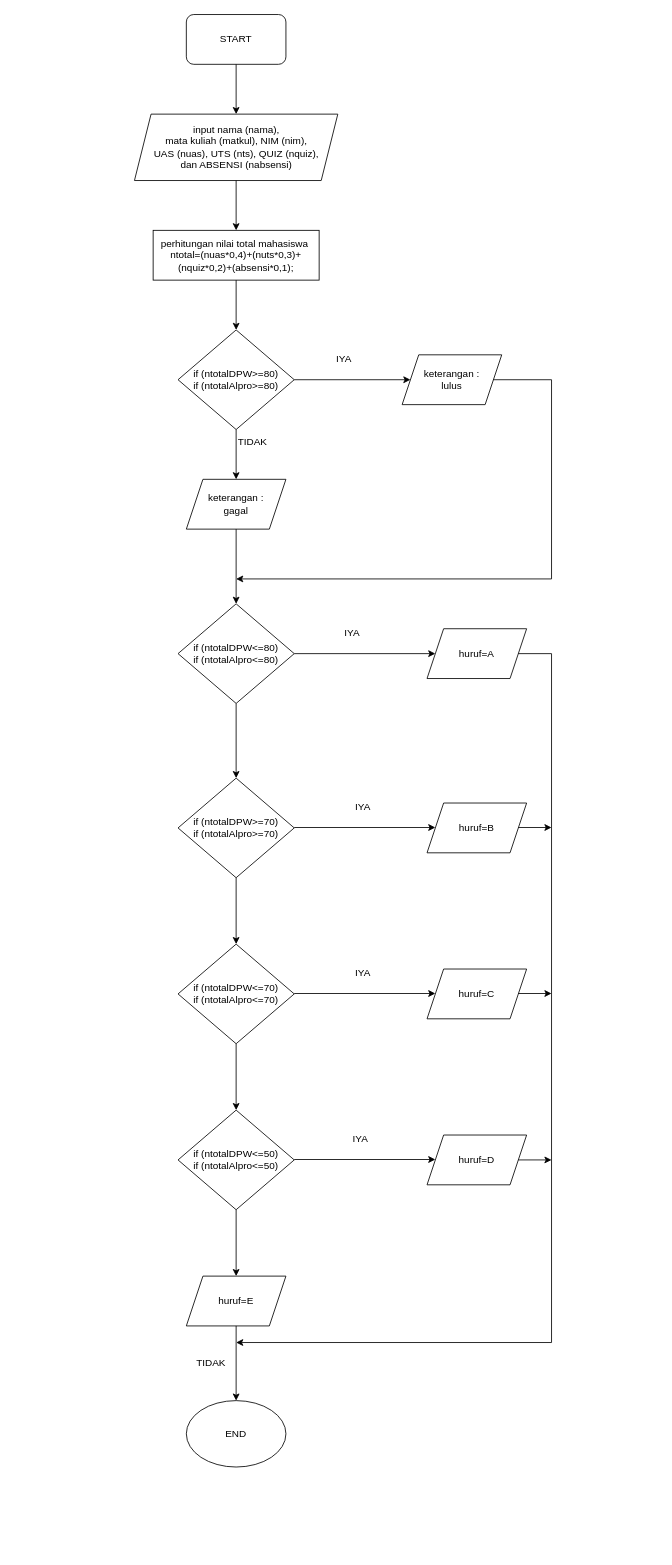
Before: flowchart.drawio in BE2567416anissa/anissa-menentukkan_grade_app, a draw.io diagram. Source tidied: cells renumbered, new cells numbered last; positions are measured from the earlier drawing's top-left corner, leaving out a move shared by most shapes. Both pictures are drawn from the tidied source at 83%, with x=0, y=0 at pixel (134, 14).
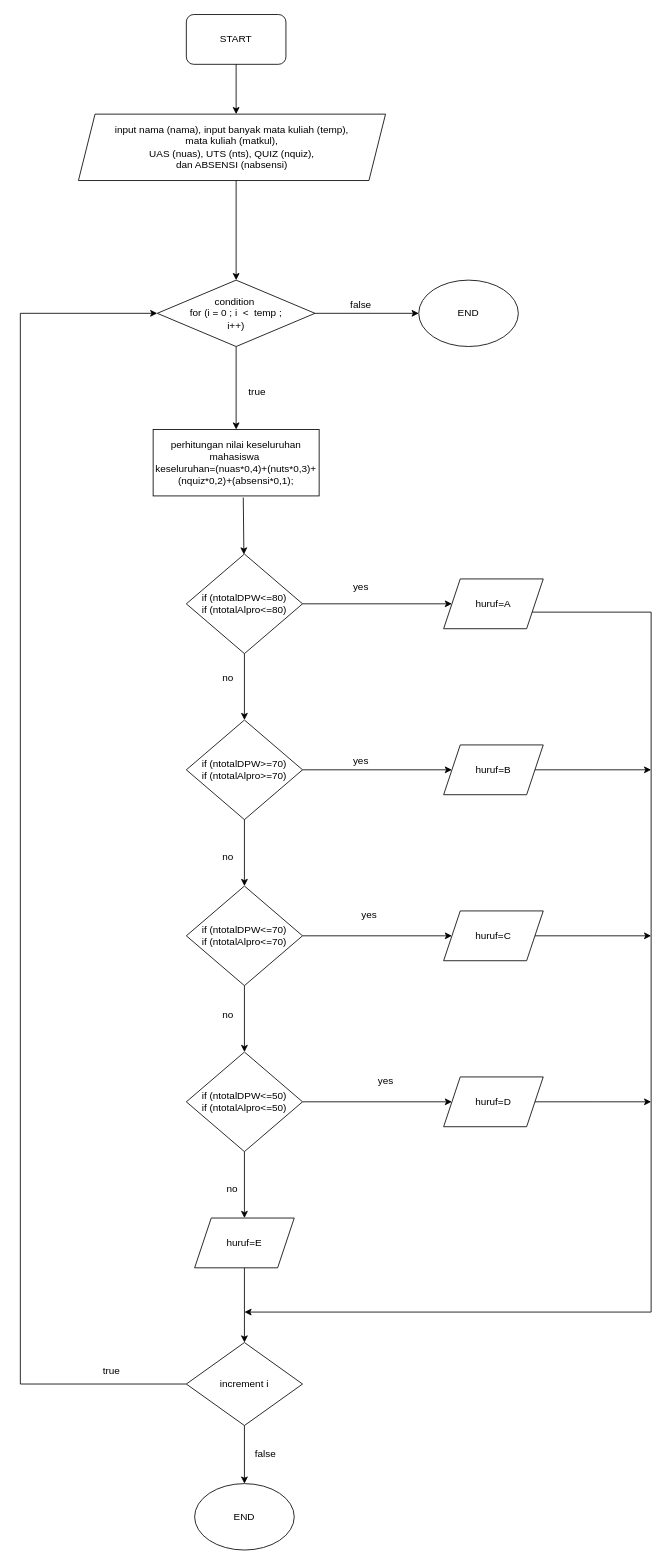
The same page after the edit.

Commit message (it also covers changes not shown here):
update condition in flowchart and pseudocode, and in the pseudocode added a loop that didn't exist before

Diff of the diagram source:
```diff
@@
-    <mxCell id="2" value="START" style="rounded=1;whiteSpace=wrap;html=1;" parent="1" vertex="1">
-      <mxGeometry x="62" width="120" height="60" as="geometry" />
-    </mxCell>
-    <mxCell id="3" style="endArrow=classic;html=1;rounded=0;exitX=0.5;exitY=1;exitDx=0;exitDy=0;" parent="1" edge="1" source="2">
-      <mxGeometry relative="1" as="geometry">
-        <mxPoint x="122" y="120" as="targetPoint" />
-      </mxGeometry>
-    </mxCell>
-    <mxCell id="4" value="input nama (nama), &lt;br&gt;mata kuliah (matkul), NIM (nim), &lt;br&gt;UAS (nuas), UTS (nts), QUIZ (nquiz),&lt;br&gt;&amp;nbsp;dan ABSENSI (nabsensi)&amp;nbsp;" style="shape=parallelogram;perimeter=parallelogramPerimeter;whiteSpace=wrap;html=1;fixedSize=1;" parent="1" vertex="1">
-      <mxGeometry x="-0.5" y="120" width="245" height="80" as="geometry" />
-    </mxCell>
-    <mxCell id="5" value="perhitungan nilai total mahasiswa&amp;nbsp;&lt;br&gt;ntotal=(nuas*0,4)+(nuts*0,3)+&lt;br&gt;(nquiz*0,2)+(absensi*0,1);" style="rounded=0;whiteSpace=wrap;html=1;" parent="1" vertex="1">
-      <mxGeometry x="22" y="260" width="200" height="60" as="geometry" />
-    </mxCell>
-    <mxCell id="6" style="endArrow=classic;html=1;rounded=0;exitX=0.5;exitY=1;exitDx=0;exitDy=0;" parent="1" edge="1" source="4">
-      <mxGeometry relative="1" as="geometry">
-        <mxPoint x="122" y="260" as="targetPoint" />
-      </mxGeometry>
-    </mxCell>
-    <mxCell id="7" style="endArrow=classic;html=1;rounded=0;exitX=0.5;exitY=1;exitDx=0;exitDy=0;" parent="1" edge="1" source="5">
-      <mxGeometry relative="1" as="geometry">
-        <mxPoint x="122" y="380" as="targetPoint" />
-      </mxGeometry>
-    </mxCell>
-    <mxCell id="8" value="if (ntotalDPW&amp;gt;=80)&lt;br&gt;if (ntotalAlpro&amp;gt;=80)" style="rhombus;whiteSpace=wrap;html=1;" parent="1" vertex="1">
-      <mxGeometry x="52" y="380" width="140" height="120" as="geometry" />
-    </mxCell>
-    <mxCell id="9" value="IYA" style="text;html=1;strokeColor=none;fillColor=none;align=center;verticalAlign=middle;whiteSpace=wrap;rounded=0;" parent="1" vertex="1">
-      <mxGeometry x="222" y="400" width="60" height="30" as="geometry" />
-    </mxCell>
-    <mxCell id="10" value="keterangan :&lt;br&gt;lulus" style="shape=parallelogram;perimeter=parallelogramPerimeter;whiteSpace=wrap;html=1;fixedSize=1;" parent="1" vertex="1">
-      <mxGeometry x="322" y="410" width="120" height="60" as="geometry" />
-    </mxCell>
-    <mxCell id="11" style="endArrow=classic;html=1;rounded=0;exitX=1;exitY=0.5;exitDx=0;exitDy=0;" parent="1" edge="1" source="8" target="10">
-      <mxGeometry relative="1" as="geometry" />
-    </mxCell>
-    <mxCell id="12" style="endArrow=classic;html=1;rounded=0;exitX=0.5;exitY=1;exitDx=0;exitDy=0;" parent="1" edge="1" source="8">
-      <mxGeometry relative="1" as="geometry">
-        <mxPoint x="122" y="560" as="targetPoint" />
-      </mxGeometry>
-    </mxCell>
-    <mxCell id="13" value="TIDAK" style="text;html=1;strokeColor=none;fillColor=none;align=center;verticalAlign=middle;whiteSpace=wrap;rounded=0;" parent="1" vertex="1">
-      <mxGeometry x="112" y="500" width="60" height="30" as="geometry" />
-    </mxCell>
-    <mxCell id="14" value="keterangan :&lt;br&gt;gagal" style="shape=parallelogram;perimeter=parallelogramPerimeter;whiteSpace=wrap;html=1;fixedSize=1;" parent="1" vertex="1">
-      <mxGeometry x="62" y="560" width="120" height="60" as="geometry" />
-    </mxCell>
-    <mxCell id="15" style="endArrow=none;html=1;rounded=0;exitX=1;exitY=0.5;exitDx=0;exitDy=0;" parent="1" edge="1" source="10">
-      <mxGeometry relative="1" as="geometry">
-        <mxPoint x="502" y="440" as="targetPoint" />
-      </mxGeometry>
-    </mxCell>
-    <mxCell id="16" style="endArrow=none;html=1;rounded=0;" parent="1" edge="1">
-      <mxGeometry relative="1" as="geometry">
-        <mxPoint x="502" y="680" as="sourcePoint" />
-        <mxPoint x="502" y="440" as="targetPoint" />
-      </mxGeometry>
-    </mxCell>
-    <mxCell id="17" style="endArrow=classic;html=1;rounded=0;" parent="1" edge="1">
-      <mxGeometry relative="1" as="geometry">
-        <mxPoint x="502" y="680" as="sourcePoint" />
-        <mxPoint x="122" y="680" as="targetPoint" />
-      </mxGeometry>
-    </mxCell>
-    <mxCell id="18" style="endArrow=classic;html=1;rounded=0;exitX=0.5;exitY=1;exitDx=0;exitDy=0;" parent="1" edge="1" source="14">
-      <mxGeometry relative="1" as="geometry">
-        <mxPoint x="122" y="710" as="targetPoint" />
-      </mxGeometry>
-    </mxCell>
+    <mxCell id="48" value="START" style="rounded=1;whiteSpace=wrap;html=1;" parent="1" vertex="1">
+      <mxGeometry x="62" width="120" height="60" as="geometry" />
+    </mxCell>
+    <mxCell id="49" style="endArrow=classic;html=1;rounded=0;exitX=0.5;exitY=1;exitDx=0;exitDy=0;" parent="1" edge="1" source="48">
+      <mxGeometry relative="1" as="geometry">
+        <mxPoint x="122" y="120" as="targetPoint" />
+      </mxGeometry>
+    </mxCell>
+    <mxCell id="50" value="input nama (nama), input banyak mata kuliah (temp),&lt;br&gt;mata kuliah (matkul), &lt;br&gt;UAS (nuas), UTS (nts), QUIZ (nquiz),&lt;br&gt;&amp;nbsp;dan ABSENSI (nabsensi)&amp;nbsp;" style="shape=parallelogram;perimeter=parallelogramPerimeter;whiteSpace=wrap;html=1;fixedSize=1;" parent="1" vertex="1">
+      <mxGeometry x="-68" y="120" width="370" height="80" as="geometry" />
+    </mxCell>
+    <mxCell id="51" value="perhitungan nilai keseluruhan mahasiswa&amp;nbsp;&lt;br&gt;keseluruhan=(nuas*0,4)+(nuts*0,3)+&lt;br&gt;(nquiz*0,2)+(absensi*0,1);" style="rounded=0;whiteSpace=wrap;html=1;" parent="1" vertex="1">
+      <mxGeometry x="22" y="500" width="200" height="80" as="geometry" />
+    </mxCell>
+    <mxCell id="52" style="edgeStyle=orthogonalEdgeStyle;rounded=0;jettySize=auto;html=1;entryX=0;entryY=0.5;entryDx=0;entryDy=0;" parent="1" edge="1" source="19" target="27">
+      <mxGeometry relative="1" as="geometry" />
+    </mxCell>
     <mxCell id="19" value="if (ntotalDPW&amp;lt;=80)&lt;br&gt;if (ntotalAlpro&amp;lt;=80)" style="rhombus;whiteSpace=wrap;html=1;" parent="1" vertex="1">
-      <mxGeometry x="52" y="710" width="140" height="120" as="geometry" />
+      <mxGeometry x="62" y="650" width="140" height="120" as="geometry" />
     </mxCell>
-    <mxCell id="20" style="endArrow=classic;html=1;rounded=0;exitX=0.5;exitY=1;exitDx=0;exitDy=0;" parent="1" edge="1" source="19">
-      <mxGeometry relative="1" as="geometry">
-        <mxPoint x="122" y="920" as="targetPoint" />
-      </mxGeometry>
-    </mxCell>
+    <mxCell id="53" style="edgeStyle=orthogonalEdgeStyle;rounded=0;jettySize=auto;html=1;" parent="1" edge="1" source="21" target="31">
+      <mxGeometry relative="1" as="geometry" />
+    </mxCell>
     <mxCell id="21" value="if (ntotalDPW&amp;gt;=70)&lt;br&gt;if (ntotalAlpro&amp;gt;=70)" style="rhombus;whiteSpace=wrap;html=1;" parent="1" vertex="1">
-      <mxGeometry x="52" y="920" width="140" height="120" as="geometry" />
+      <mxGeometry x="62" y="850" width="140" height="120" as="geometry" />
     </mxCell>
-    <mxCell id="22" style="endArrow=classic;html=1;rounded=0;exitX=0.5;exitY=1;exitDx=0;exitDy=0;" parent="1" edge="1" source="21">
-      <mxGeometry relative="1" as="geometry">
-        <mxPoint x="122" y="1120" as="targetPoint" />
-      </mxGeometry>
-    </mxCell>
+    <mxCell id="54" style="endArrow=classic;html=1;rounded=0;exitX=0.5;exitY=1;exitDx=0;exitDy=0;entryX=0.5;entryY=0;entryDx=0;entryDy=0;" parent="1" edge="1" source="21" target="23">
+      <mxGeometry relative="1" as="geometry" />
+    </mxCell>
+    <mxCell id="55" style="edgeStyle=orthogonalEdgeStyle;rounded=0;jettySize=auto;html=1;entryX=0;entryY=0.5;entryDx=0;entryDy=0;" parent="1" edge="1" source="23" target="32">
+      <mxGeometry relative="1" as="geometry" />
+    </mxCell>
     <mxCell id="23" value="if (ntotalDPW&amp;lt;=70)&lt;br&gt;if (ntotalAlpro&amp;lt;=70)" style="rhombus;whiteSpace=wrap;html=1;" parent="1" vertex="1">
-      <mxGeometry x="52" y="1120" width="140" height="120" as="geometry" />
+      <mxGeometry x="62" y="1050" width="140" height="120" as="geometry" />
     </mxCell>
-    <mxCell id="24" style="endArrow=classic;html=1;rounded=0;exitX=0.5;exitY=1;exitDx=0;exitDy=0;" parent="1" edge="1" source="23">
-      <mxGeometry relative="1" as="geometry">
-        <mxPoint x="122" y="1320" as="targetPoint" />
-      </mxGeometry>
-    </mxCell>
+    <mxCell id="56" style="endArrow=classic;html=1;rounded=0;exitX=0.5;exitY=1;exitDx=0;exitDy=0;entryX=0.5;entryY=0;entryDx=0;entryDy=0;" parent="1" edge="1" source="23" target="25">
+      <mxGeometry relative="1" as="geometry" />
+    </mxCell>
+    <mxCell id="57" style="edgeStyle=orthogonalEdgeStyle;rounded=0;jettySize=auto;html=1;entryX=0;entryY=0.5;entryDx=0;entryDy=0;" parent="1" edge="1" source="25" target="33">
+      <mxGeometry relative="1" as="geometry" />
+    </mxCell>
     <mxCell id="25" value="if (ntotalDPW&amp;lt;=50)&lt;br&gt;if (ntotalAlpro&amp;lt;=50)" style="rhombus;whiteSpace=wrap;html=1;" parent="1" vertex="1">
-      <mxGeometry x="52" y="1320" width="140" height="120" as="geometry" />
+      <mxGeometry x="62" y="1250" width="140" height="120" as="geometry" />
     </mxCell>
-    <mxCell id="26" style="endArrow=classic;html=1;rounded=0;exitX=1;exitY=0.5;exitDx=0;exitDy=0;" parent="1" edge="1" source="19">
-      <mxGeometry relative="1" as="geometry">
-        <mxPoint x="362" y="770" as="targetPoint" />
-      </mxGeometry>
-    </mxCell>
+    <mxCell id="58" style="edgeStyle=orthogonalEdgeStyle;rounded=0;jettySize=auto;html=1;" parent="1" edge="1" source="27">
+      <mxGeometry relative="1" as="geometry">
+        <mxPoint x="132" y="1563.3" as="targetPoint" />
+        <Array as="points">
+          <mxPoint x="622" y="720" />
+          <mxPoint x="622" y="1563" />
+        </Array>
+      </mxGeometry>
+    </mxCell>
     <mxCell id="27" value="huruf=A" style="shape=parallelogram;perimeter=parallelogramPerimeter;whiteSpace=wrap;html=1;fixedSize=1;" parent="1" vertex="1">
-      <mxGeometry x="352" y="740" width="120" height="60" as="geometry" />
+      <mxGeometry x="372" y="680" width="120" height="60" as="geometry" />
     </mxCell>
-    <mxCell id="28" style="endArrow=classic;html=1;rounded=0;exitX=1;exitY=0.5;exitDx=0;exitDy=0;" parent="1" edge="1">
-      <mxGeometry relative="1" as="geometry">
-        <mxPoint x="192" y="979.5" as="sourcePoint" />
-        <mxPoint x="362" y="979.5" as="targetPoint" />
-      </mxGeometry>
-    </mxCell>
-    <mxCell id="29" style="endArrow=classic;html=1;rounded=0;exitX=1;exitY=0.5;exitDx=0;exitDy=0;" parent="1" edge="1">
-      <mxGeometry relative="1" as="geometry">
-        <mxPoint x="192" y="1179.5" as="sourcePoint" />
-        <mxPoint x="362" y="1179.5" as="targetPoint" />
-      </mxGeometry>
-    </mxCell>
-    <mxCell id="30" style="endArrow=classic;html=1;rounded=0;exitX=1;exitY=0.5;exitDx=0;exitDy=0;" parent="1" edge="1">
-      <mxGeometry relative="1" as="geometry">
-        <mxPoint x="192" y="1379.5" as="sourcePoint" />
-        <mxPoint x="362" y="1379.5" as="targetPoint" />
-      </mxGeometry>
-    </mxCell>
+    <mxCell id="59" style="edgeStyle=orthogonalEdgeStyle;rounded=0;jettySize=auto;html=1;" parent="1" edge="1" source="31">
+      <mxGeometry relative="1" as="geometry">
+        <mxPoint x="622" y="910" as="targetPoint" />
+      </mxGeometry>
+    </mxCell>
     <mxCell id="31" value="huruf=B" style="shape=parallelogram;perimeter=parallelogramPerimeter;whiteSpace=wrap;html=1;fixedSize=1;" parent="1" vertex="1">
-      <mxGeometry x="352" y="950" width="120" height="60" as="geometry" />
+      <mxGeometry x="372" y="880" width="120" height="60" as="geometry" />
     </mxCell>
+    <mxCell id="60" style="edgeStyle=orthogonalEdgeStyle;rounded=0;jettySize=auto;html=1;" parent="1" edge="1" source="32">
+      <mxGeometry relative="1" as="geometry">
+        <mxPoint x="622" y="1110" as="targetPoint" />
+      </mxGeometry>
+    </mxCell>
     <mxCell id="32" value="huruf=C" style="shape=parallelogram;perimeter=parallelogramPerimeter;whiteSpace=wrap;html=1;fixedSize=1;" parent="1" vertex="1">
-      <mxGeometry x="352" y="1150" width="120" height="60" as="geometry" />
+      <mxGeometry x="372" y="1080" width="120" height="60" as="geometry" />
     </mxCell>
+    <mxCell id="61" style="edgeStyle=orthogonalEdgeStyle;rounded=0;jettySize=auto;html=1;" parent="1" edge="1" source="33">
+      <mxGeometry relative="1" as="geometry">
+        <mxPoint x="622" y="1310" as="targetPoint" />
+      </mxGeometry>
+    </mxCell>
     <mxCell id="33" value="huruf=D" style="shape=parallelogram;perimeter=parallelogramPerimeter;whiteSpace=wrap;html=1;fixedSize=1;" parent="1" vertex="1">
-      <mxGeometry x="352" y="1350" width="120" height="60" as="geometry" />
+      <mxGeometry x="372" y="1280" width="120" height="60" as="geometry" />
     </mxCell>
-    <mxCell id="34" style="endArrow=none;html=1;rounded=0;entryX=1;entryY=0.5;entryDx=0;entryDy=0;" parent="1" edge="1" target="27">
-      <mxGeometry relative="1" as="geometry">
-        <mxPoint x="502" y="770" as="sourcePoint" />
-      </mxGeometry>
-    </mxCell>
-    <mxCell id="35" style="endArrow=classic;html=1;rounded=0;exitX=0.5;exitY=1;exitDx=0;exitDy=0;" parent="1" edge="1" source="25">
-      <mxGeometry relative="1" as="geometry">
-        <mxPoint x="122" y="1520" as="targetPoint" />
-      </mxGeometry>
-    </mxCell>
+    <mxCell id="62" style="endArrow=classic;html=1;rounded=0;exitX=0.5;exitY=1;exitDx=0;exitDy=0;entryX=0.5;entryY=0;entryDx=0;entryDy=0;" parent="1" edge="1" source="25" target="36">
+      <mxGeometry relative="1" as="geometry" />
+    </mxCell>
+    <mxCell id="63" style="edgeStyle=orthogonalEdgeStyle;rounded=0;jettySize=auto;html=1;entryX=0.5;entryY=0;entryDx=0;entryDy=0;" parent="1" edge="1" source="36" target="71">
+      <mxGeometry relative="1" as="geometry" />
+    </mxCell>
     <mxCell id="36" value="huruf=E" style="shape=parallelogram;perimeter=parallelogramPerimeter;whiteSpace=wrap;html=1;fixedSize=1;" parent="1" vertex="1">
-      <mxGeometry x="62" y="1520" width="120" height="60" as="geometry" />
+      <mxGeometry x="72" y="1450" width="120" height="60" as="geometry" />
     </mxCell>
-    <mxCell id="37" style="endArrow=classic;html=1;rounded=0;exitX=0.5;exitY=1;exitDx=0;exitDy=0;exitPerimeter=0;" parent="1" edge="1" source="36">
-      <mxGeometry relative="1" as="geometry">
-        <mxPoint x="122" y="1670" as="targetPoint" />
-      </mxGeometry>
-    </mxCell>
-    <mxCell id="38" value="END" style="ellipse;whiteSpace=wrap;html=1;" parent="1" vertex="1">
-      <mxGeometry x="62" y="1670" width="120" height="80" as="geometry" />
-    </mxCell>
-    <mxCell id="39" style="endArrow=classic;html=1;rounded=0;" parent="1" edge="1">
-      <mxGeometry relative="1" as="geometry">
-        <mxPoint x="502" y="1600" as="sourcePoint" />
-        <mxPoint x="122" y="1600" as="targetPoint" />
-      </mxGeometry>
-    </mxCell>
-    <mxCell id="40" style="endArrow=none;html=1;rounded=0;" parent="1" edge="1">
-      <mxGeometry relative="1" as="geometry">
-        <mxPoint x="502" y="1600" as="sourcePoint" />
-        <mxPoint x="502" y="770" as="targetPoint" />
-      </mxGeometry>
-    </mxCell>
-    <mxCell id="41" style="endArrow=classic;html=1;rounded=0;exitX=1;exitY=0.5;exitDx=0;exitDy=0;" parent="1" edge="1" source="33">
-      <mxGeometry relative="1" as="geometry">
-        <mxPoint x="502" y="1380" as="targetPoint" />
-      </mxGeometry>
-    </mxCell>
-    <mxCell id="42" style="endArrow=classic;html=1;rounded=0;exitX=1;exitY=0.5;exitDx=0;exitDy=0;" parent="1" edge="1">
-      <mxGeometry relative="1" as="geometry">
-        <mxPoint x="462" y="1179.5" as="sourcePoint" />
-        <mxPoint x="502" y="1179.5" as="targetPoint" />
-      </mxGeometry>
-    </mxCell>
-    <mxCell id="43" style="endArrow=classic;html=1;rounded=0;exitX=1;exitY=0.5;exitDx=0;exitDy=0;" parent="1" edge="1">
-      <mxGeometry relative="1" as="geometry">
-        <mxPoint x="462" y="979.5" as="sourcePoint" />
-        <mxPoint x="502" y="979.5" as="targetPoint" />
-      </mxGeometry>
-    </mxCell>
-    <mxCell id="44" value="TIDAK" style="text;html=1;strokeColor=none;fillColor=none;align=center;verticalAlign=middle;whiteSpace=wrap;rounded=0;" parent="1" vertex="1">
-      <mxGeometry x="62" y="1610" width="60" height="30" as="geometry" />
-    </mxCell>
-    <mxCell id="45" value="IYA" style="text;html=1;strokeColor=none;fillColor=none;align=center;verticalAlign=middle;whiteSpace=wrap;rounded=0;" parent="1" vertex="1">
-      <mxGeometry x="232" y="730" width="60" height="30" as="geometry" />
-    </mxCell>
-    <mxCell id="46" value="IYA" style="text;html=1;strokeColor=none;fillColor=none;align=center;verticalAlign=middle;whiteSpace=wrap;rounded=0;" parent="1" vertex="1">
-      <mxGeometry x="244.5" y="940" width="60" height="30" as="geometry" />
-    </mxCell>
-    <mxCell id="47" value="IYA" style="text;html=1;strokeColor=none;fillColor=none;align=center;verticalAlign=middle;whiteSpace=wrap;rounded=0;" parent="1" vertex="1">
-      <mxGeometry x="244.5" y="1140" width="60" height="30" as="geometry" />
-    </mxCell>
-    <mxCell id="48" value="IYA" style="text;html=1;strokeColor=none;fillColor=none;align=center;verticalAlign=middle;whiteSpace=wrap;rounded=0;" parent="1" vertex="1">
-      <mxGeometry x="242" y="1340" width="60" height="30" as="geometry" />
-    </mxCell>
+    <mxCell id="64" value="END" style="ellipse;whiteSpace=wrap;html=1;" parent="1" vertex="1">
+      <mxGeometry x="72" y="1770" width="120" height="80" as="geometry" />
+    </mxCell>
+    <mxCell id="65" style="endArrow=classic;html=1;rounded=0;exitX=0.5;exitY=1;exitDx=0;exitDy=0;entryX=0.5;entryY=0;entryDx=0;entryDy=0;" parent="1" edge="1" target="21">
+      <mxGeometry relative="1" as="geometry">
+        <mxPoint x="132" y="770" as="sourcePoint" />
+      </mxGeometry>
+    </mxCell>
+    <mxCell id="66" style="edgeStyle=orthogonalEdgeStyle;rounded=0;jettySize=auto;html=1;entryX=0.5;entryY=0;entryDx=0;entryDy=0;" parent="1" edge="1" source="68" target="51">
+      <mxGeometry relative="1" as="geometry" />
+    </mxCell>
+    <mxCell id="67" style="edgeStyle=orthogonalEdgeStyle;rounded=0;jettySize=auto;html=1;" parent="1" edge="1" source="68" target="84">
+      <mxGeometry relative="1" as="geometry" />
+    </mxCell>
+    <mxCell id="68" value="condition&amp;nbsp;&lt;br&gt;for (i = 0 ; i&amp;nbsp; &amp;lt;&amp;nbsp; temp ;&lt;br&gt;i++)" style="rhombus;whiteSpace=wrap;html=1;" parent="1" vertex="1">
+      <mxGeometry x="27" y="320" width="190" height="80" as="geometry" />
+    </mxCell>
+    <mxCell id="69" style="edgeStyle=orthogonalEdgeStyle;rounded=0;jettySize=auto;html=1;" parent="1" edge="1" source="71" target="64">
+      <mxGeometry relative="1" as="geometry" />
+    </mxCell>
+    <mxCell id="70" style="edgeStyle=orthogonalEdgeStyle;rounded=0;jettySize=auto;html=1;entryX=0;entryY=0.5;entryDx=0;entryDy=0;" parent="1" edge="1" source="71" target="68">
+      <mxGeometry relative="1" as="geometry">
+        <Array as="points">
+          <mxPoint x="-138" y="1650" />
+          <mxPoint x="-138" y="360" />
+        </Array>
+      </mxGeometry>
+    </mxCell>
+    <mxCell id="71" value="increment i" style="rhombus;whiteSpace=wrap;html=1;" parent="1" vertex="1">
+      <mxGeometry x="62" y="1600" width="140" height="100" as="geometry" />
+    </mxCell>
+    <mxCell id="72" value="false" style="text;html=1;align=center;verticalAlign=middle;strokeColor=none;fillColor=none;" parent="1" vertex="1">
+      <mxGeometry x="132" y="1720" width="50" height="30" as="geometry" />
+    </mxCell>
+    <mxCell id="73" value="true" style="text;html=1;strokeColor=none;fillColor=none;align=center;verticalAlign=middle;whiteSpace=wrap;rounded=0;" parent="1" vertex="1">
+      <mxGeometry x="-58" y="1620" width="60" height="30" as="geometry" />
+    </mxCell>
+    <mxCell id="74" style="endArrow=classic;html=1;rounded=0;exitX=0.543;exitY=1.024;exitDx=0;exitDy=0;exitPerimeter=0;" parent="1" edge="1" source="51" target="19">
+      <mxGeometry relative="1" as="geometry" />
+    </mxCell>
+    <mxCell id="75" value="yes" style="text;html=1;align=center;verticalAlign=middle;strokeColor=none;fillColor=none;" parent="1" vertex="1">
+      <mxGeometry x="252" y="675" width="40" height="30" as="geometry" />
+    </mxCell>
+    <mxCell id="76" value="no" style="text;html=1;align=center;verticalAlign=middle;strokeColor=none;fillColor=none;" parent="1" vertex="1">
+      <mxGeometry x="92" y="785" width="40" height="30" as="geometry" />
+    </mxCell>
+    <mxCell id="77" value="yes" style="text;html=1;align=center;verticalAlign=middle;strokeColor=none;fillColor=none;" parent="1" vertex="1">
+      <mxGeometry x="252" y="885" width="40" height="30" as="geometry" />
+    </mxCell>
+    <mxCell id="78" value="yes" style="text;html=1;align=center;verticalAlign=middle;strokeColor=none;fillColor=none;" parent="1" vertex="1">
+      <mxGeometry x="262" y="1070" width="40" height="30" as="geometry" />
+    </mxCell>
+    <mxCell id="79" value="yes" style="text;html=1;align=center;verticalAlign=middle;strokeColor=none;fillColor=none;" parent="1" vertex="1">
+      <mxGeometry x="282" y="1270" width="40" height="30" as="geometry" />
+    </mxCell>
+    <mxCell id="80" value="no" style="text;html=1;align=center;verticalAlign=middle;strokeColor=none;fillColor=none;" parent="1" vertex="1">
+      <mxGeometry x="92" y="1000" width="40" height="30" as="geometry" />
+    </mxCell>
+    <mxCell id="81" value="no" style="text;html=1;align=center;verticalAlign=middle;strokeColor=none;fillColor=none;" parent="1" vertex="1">
+      <mxGeometry x="92" y="1190" width="40" height="30" as="geometry" />
+    </mxCell>
+    <mxCell id="82" value="no" style="text;html=1;align=center;verticalAlign=middle;strokeColor=none;fillColor=none;" parent="1" vertex="1">
+      <mxGeometry x="97" y="1400" width="40" height="30" as="geometry" />
+    </mxCell>
+    <mxCell id="83" value="true" style="text;html=1;align=center;verticalAlign=middle;strokeColor=none;fillColor=none;" parent="1" vertex="1">
+      <mxGeometry x="127" y="440" width="40" height="30" as="geometry" />
+    </mxCell>
+    <mxCell id="84" value="END" style="ellipse;whiteSpace=wrap;html=1;" parent="1" vertex="1">
+      <mxGeometry x="342" y="320" width="120" height="80" as="geometry" />
+    </mxCell>
+    <mxCell id="85" value="false" style="text;html=1;align=center;verticalAlign=middle;strokeColor=none;fillColor=none;" parent="1" vertex="1">
+      <mxGeometry x="247" y="335" width="50" height="30" as="geometry" />
+    </mxCell>
+    <mxCell id="86" style="endArrow=classic;html=1;rounded=0;entryX=0.5;entryY=0;entryDx=0;entryDy=0;" parent="1" edge="1" target="68">
+      <mxGeometry relative="1" as="geometry">
+        <mxPoint x="122" y="200" as="sourcePoint" />
+      </mxGeometry>
+    </mxCell>
```
